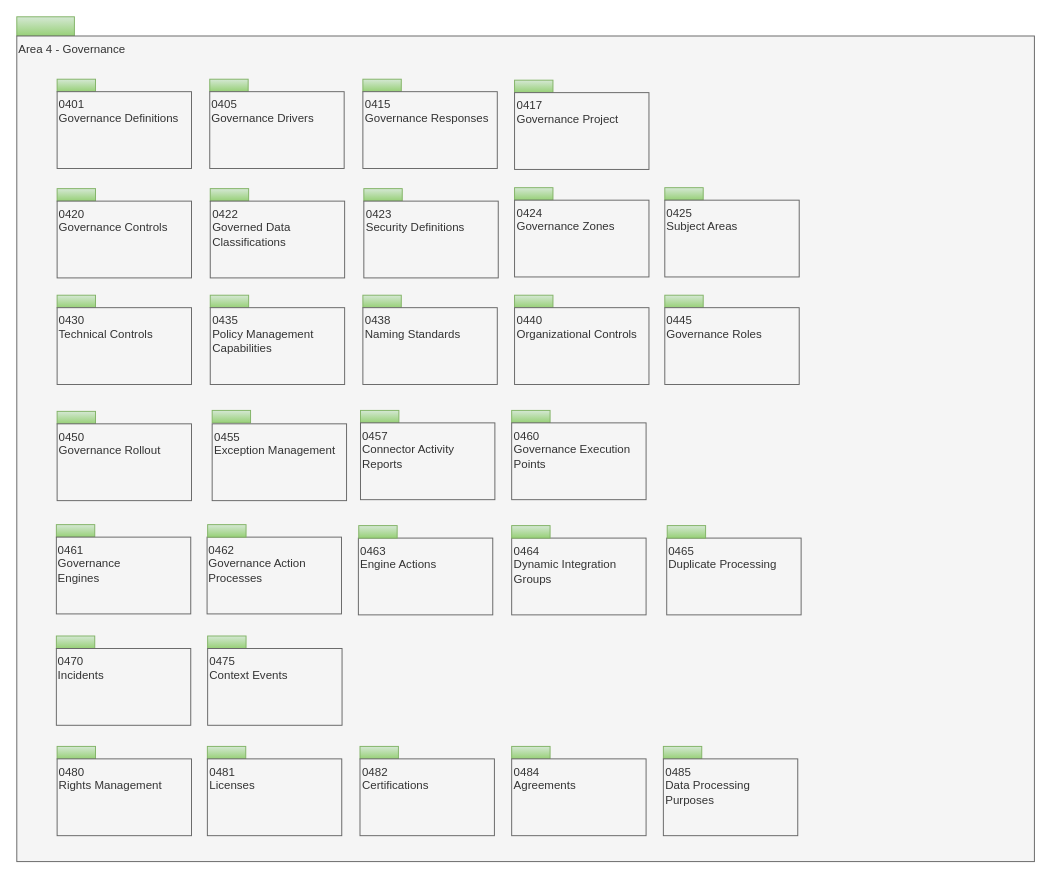
Before: page "overview" (1 of 29) of site/docs/types/4/area-4-governance.drawio in odpi/egeria-docs, a draw.io diagram. Source tidied: cells renumbered, new cells numbered last; positions are measured from the earlier drawing's top-left corner, leaving out a move shared by most shapes. Both pictures are drawn from the tidied source at 96%, with x=0, y=0 at pixel (16, 16).
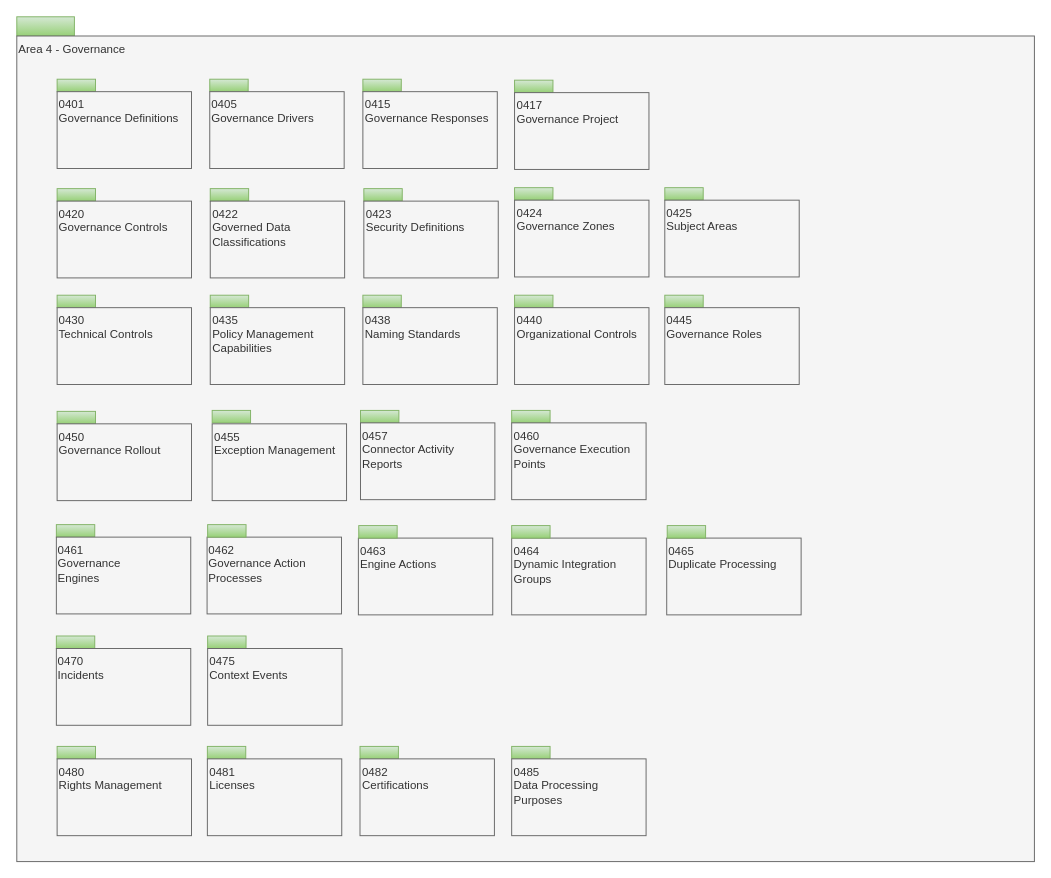
The same diagram, later.

Diff of the diagram source:
```diff
@@
     <mxCell id="40" style="rounded=0;whiteSpace=wrap;html=1;align=left;fillColor=#d5e8d4;strokeColor=#82b366;gradientColor=#97d077;" parent="1" vertex="1">
-      <mxGeometry x="673.5" y="760" width="40" height="13" as="geometry" />
+      <mxGeometry x="515.5" y="760" width="40" height="13" as="geometry" />
     </mxCell>
     <mxCell id="41" value="0485&lt;br&gt;Data Processing&lt;br&gt;Purposes" style="rounded=0;whiteSpace=wrap;html=1;align=left;verticalAlign=top;fillColor=#f5f5f5;fontColor=#333333;strokeColor=#666666;" parent="1" vertex="1">
-      <mxGeometry x="673.5" y="773" width="140" height="80" as="geometry" />
+      <mxGeometry x="515.5" y="773" width="140" height="80" as="geometry" />
     </mxCell>
@@
-    <mxCell id="57" style="rounded=0;whiteSpace=wrap;html=1;align=left;fillColor=#d5e8d4;strokeColor=#82b366;gradientColor=#97d077;" parent="1" vertex="1">
-      <mxGeometry x="515.5" y="760" width="40" height="13" as="geometry" />
-    </mxCell>
-    <mxCell id="58" value="0484&lt;br&gt;Agreements" style="rounded=0;whiteSpace=wrap;html=1;align=left;verticalAlign=top;fillColor=#f5f5f5;fontColor=#333333;strokeColor=#666666;" parent="1" vertex="1">
-      <mxGeometry x="515.5" y="773" width="140" height="80" as="geometry" />
-    </mxCell>
```
